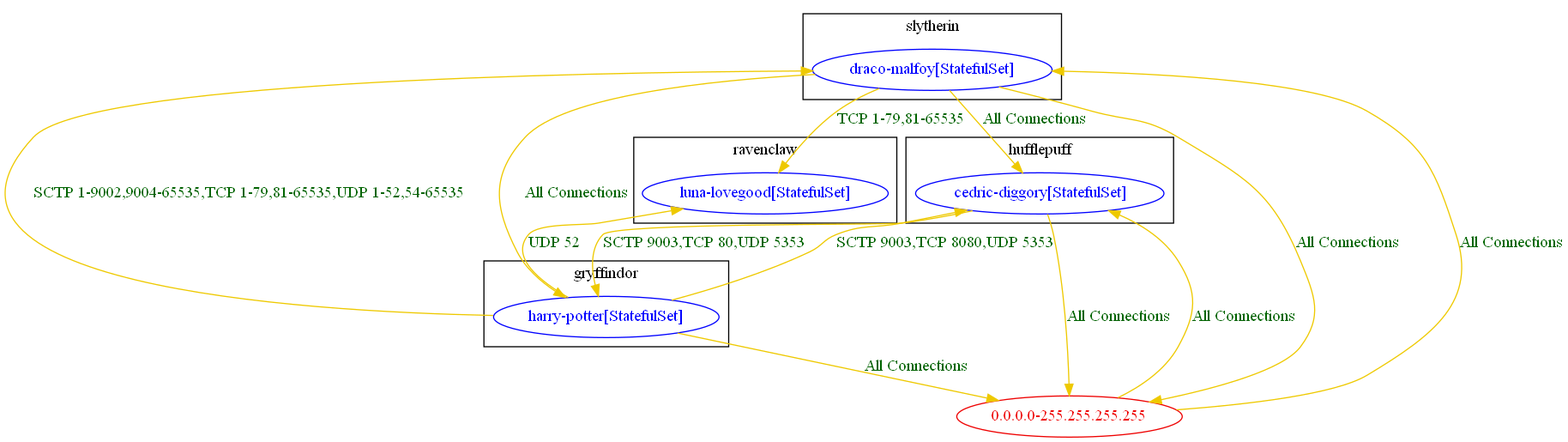
Above: test_outputs/connlist/anp_demo_connlist_output.dot.png in np-guard/netpol-analyzer (Graphviz), before the change. Its source is kept beside it as test_outputs/connlist/anp_demo_connlist_output.dot.
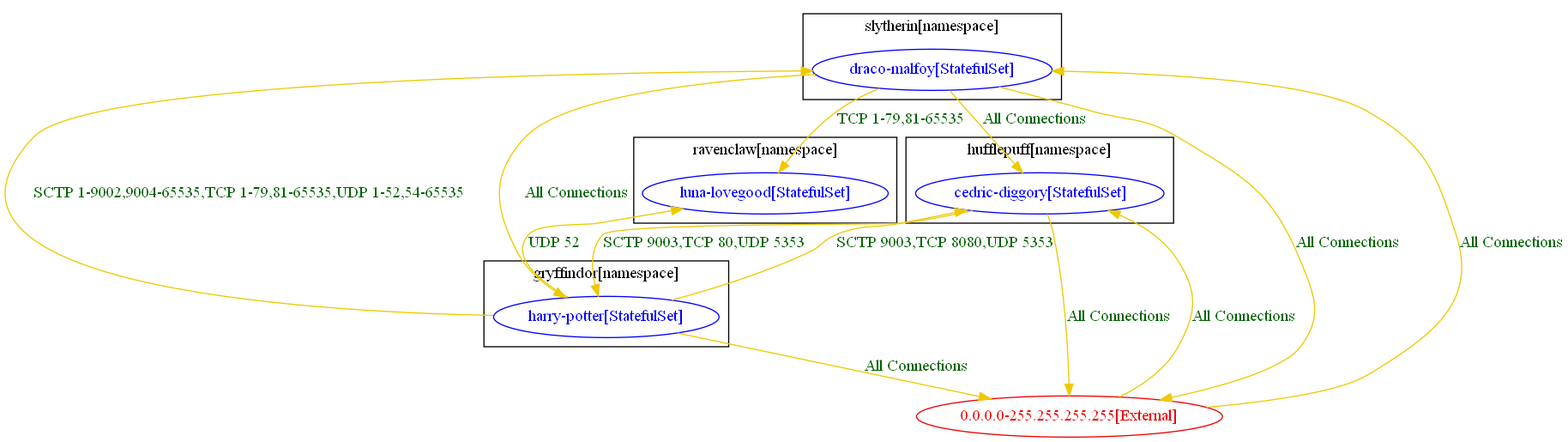
Above is the later version.

What changed in the source:
```diff
@@ -1,38 +1,38 @@
 digraph {
-	subgraph "cluster_gryffindor" {
+	subgraph "cluster_gryffindor[namespace]" {
 		color="black"
 		fontcolor="black"
 		"gryffindor/harry-potter[StatefulSet]" [label="harry-potter[StatefulSet]" color="blue" fontcolor="blue"]
-		label="gryffindor"
+		label="gryffindor[namespace]"
 	}
-	subgraph "cluster_hufflepuff" {
+	subgraph "cluster_hufflepuff[namespace]" {
 		color="black"
 		fontcolor="black"
 		"hufflepuff/cedric-diggory[StatefulSet]" [label="cedric-diggory[StatefulSet]" color="blue" fontcolor="blue"]
-		label="hufflepuff"
+		label="hufflepuff[namespace]"
 	}
-	subgraph "cluster_ravenclaw" {
+	subgraph "cluster_ravenclaw[namespace]" {
 		color="black"
 		fontcolor="black"
 		"ravenclaw/luna-lovegood[StatefulSet]" [label="luna-lovegood[StatefulSet]" color="blue" fontcolor="blue"]
-		label="ravenclaw"
+		label="ravenclaw[namespace]"
 	}
-	subgraph "cluster_slytherin" {
+	subgraph "cluster_slytherin[namespace]" {
 		color="black"
 		fontcolor="black"
 		"slytherin/draco-malfoy[StatefulSet]" [label="draco-malfoy[StatefulSet]" color="blue" fontcolor="blue"]
-		label="slytherin"
+		label="slytherin[namespace]"
 	}
-	"0.0.0.0-255.255.255.255" [label="0.0.0.0-255.255.255.255" color="red2" fontcolor="red2"]
-	"0.0.0.0-255.255.255.255" -> "hufflepuff/cedric-diggory[StatefulSet]" [label="All Connections" color="gold2" fontcolor="darkgreen" weight=0.5]
-	"0.0.0.0-255.255.255.255" -> "slytherin/draco-malfoy[StatefulSet]" [label="All Connections" color="gold2" fontcolor="darkgreen" weight=0.5]
-	"gryffindor/harry-potter[StatefulSet]" -> "0.0.0.0-255.255.255.255" [label="All Connections" color="gold2" fontcolor="darkgreen" weight=1]
+	"0.0.0.0-255.255.255.255[External]" [label="0.0.0.0-255.255.255.255[External]" color="red2" fontcolor="red2"]
+	"0.0.0.0-255.255.255.255[External]" -> "hufflepuff/cedric-diggory[StatefulSet]" [label="All Connections" color="gold2" fontcolor="darkgreen" weight=0.5]
+	"0.0.0.0-255.255.255.255[External]" -> "slytherin/draco-malfoy[StatefulSet]" [label="All Connections" color="gold2" fontcolor="darkgreen" weight=0.5]
+	"gryffindor/harry-potter[StatefulSet]" -> "0.0.0.0-255.255.255.255[External]" [label="All Connections" color="gold2" fontcolor="darkgreen" weight=1]
 	"gryffindor/harry-potter[StatefulSet]" -> "hufflepuff/cedric-diggory[StatefulSet]" [label="SCTP 9003,TCP 8080,UDP 5353" color="gold2" fontcolor="darkgreen" weight=0.5]
 	"gryffindor/harry-potter[StatefulSet]" -> "ravenclaw/luna-lovegood[StatefulSet]" [label="UDP 52" color="gold2" fontcolor="darkgreen" weight=0.5]
 	"gryffindor/harry-potter[StatefulSet]" -> "slytherin/draco-malfoy[StatefulSet]" [label="SCTP 1-9002,9004-65535,TCP 1-79,81-65535,UDP 1-52,54-65535" color="gold2" fontcolor="darkgreen" weight=0.5]
-	"hufflepuff/cedric-diggory[StatefulSet]" -> "0.0.0.0-255.255.255.255" [label="All Connections" color="gold2" fontcolor="darkgreen" weight=1]
+	"hufflepuff/cedric-diggory[StatefulSet]" -> "0.0.0.0-255.255.255.255[External]" [label="All Connections" color="gold2" fontcolor="darkgreen" weight=1]
 	"hufflepuff/cedric-diggory[StatefulSet]" -> "gryffindor/harry-potter[StatefulSet]" [label="SCTP 9003,TCP 80,UDP 5353" color="gold2" fontcolor="darkgreen" weight=1]
-	"slytherin/draco-malfoy[StatefulSet]" -> "0.0.0.0-255.255.255.255" [label="All Connections" color="gold2" fontcolor="darkgreen" weight=1]
+	"slytherin/draco-malfoy[StatefulSet]" -> "0.0.0.0-255.255.255.255[External]" [label="All Connections" color="gold2" fontcolor="darkgreen" weight=1]
 	"slytherin/draco-malfoy[StatefulSet]" -> "gryffindor/harry-potter[StatefulSet]" [label="All Connections" color="gold2" fontcolor="darkgreen" weight=1]
 	"slytherin/draco-malfoy[StatefulSet]" -> "hufflepuff/cedric-diggory[StatefulSet]" [label="All Connections" color="gold2" fontcolor="darkgreen" weight=1]
 	"slytherin/draco-malfoy[StatefulSet]" -> "ravenclaw/luna-lovegood[StatefulSet]" [label="TCP 1-79,81-65535" color="gold2" fontcolor="darkgreen" weight=1]
```
